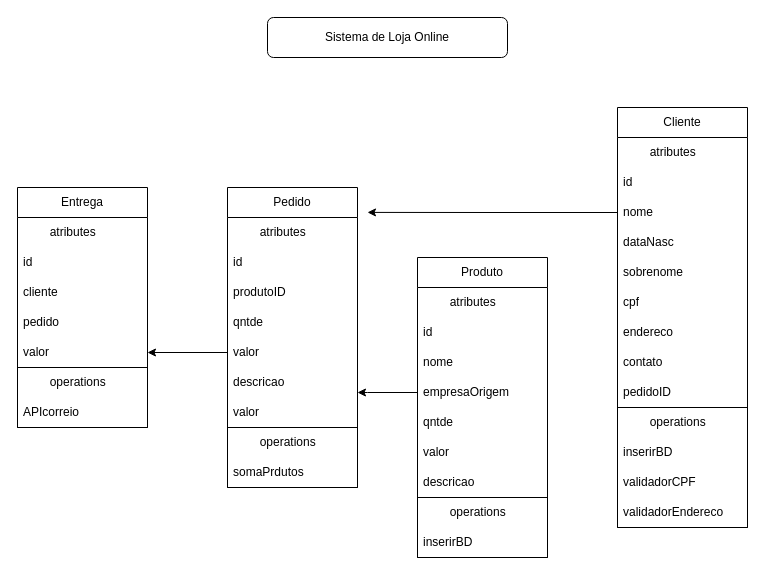
Before: exercicio02.drawio in evelynct/software-architecture, a draw.io diagram. Source tidied: cells renumbered, new cells numbered last; positions are measured from the earlier drawing's top-left corner, leaving out a move shared by most shapes. Both pictures are drawn from the tidied source at 100%, with x=0, y=0 at pixel (17, 17).
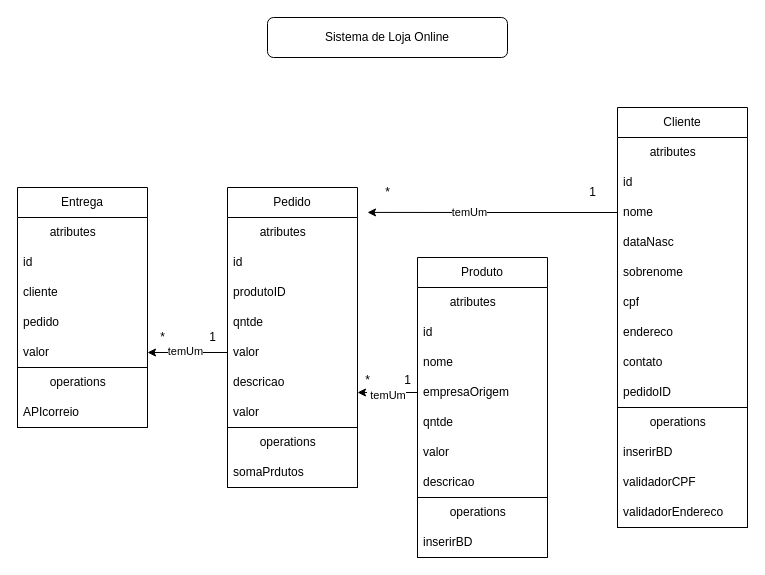
Above is the later version.

Unchanged cells that the change refers to:
```xml
<mxCell id="6" style="edgeStyle=orthogonalEdgeStyle;rounded=0;jettySize=auto;html=1;exitX=0;exitY=0.5;exitDx=0;exitDy=0;" parent="3" edge="1" source="7">
  <mxGeometry relative="1" as="geometry">
    <mxPoint x="-250" y="104.9" as="targetPoint" />
  </mxGeometry>
</mxCell>
<mxCell id="34" style="edgeStyle=orthogonalEdgeStyle;rounded=0;jettySize=auto;html=1;exitX=0;exitY=0.5;exitDx=0;exitDy=0;" parent="30" edge="1" source="35">
  <mxGeometry relative="1" as="geometry">
    <mxPoint x="-60" y="135" as="targetPoint" />
    <Array as="points">
      <mxPoint x="-50" y="135" />
      <mxPoint x="-50" y="135" />
    </Array>
  </mxGeometry>
</mxCell>
<mxCell id="51" style="edgeStyle=orthogonalEdgeStyle;rounded=0;jettySize=auto;html=1;exitX=0;exitY=0.5;exitDx=0;exitDy=0;entryX=1;entryY=0.5;entryDx=0;entryDy=0;" parent="1" edge="1" source="24" target="47">
  <mxGeometry relative="1" as="geometry" />
</mxCell>
```

Diff of the diagram source:
```diff
@@
+    <mxCell id="52" value="temUm" style="edgeLabel;html=1;align=center;verticalAlign=middle;" parent="6" vertex="1">
+      <mxGeometry x="0.19" y="-1" relative="1" as="geometry" />
+    </mxCell>
@@
+    <mxCell id="53" value="&amp;nbsp;temUm" style="edgeLabel;html=1;align=center;verticalAlign=middle;" parent="34" vertex="1">
+      <mxGeometry x="0.08" y="2" relative="1" as="geometry" />
+    </mxCell>
@@
+    <mxCell id="54" value="temUm" style="edgeLabel;html=1;align=center;verticalAlign=middle;" parent="51" vertex="1">
+      <mxGeometry x="0.08" y="-2" relative="1" as="geometry" />
+    </mxCell>
+    <mxCell id="55" value="*" style="text;html=1;align=center;verticalAlign=middle;strokeColor=none;fillColor=none;" parent="1" vertex="1">
+      <mxGeometry x="355" y="160" width="30" height="30" as="geometry" />
+    </mxCell>
+    <mxCell id="56" value="1" style="text;html=1;align=center;verticalAlign=middle;strokeColor=none;fillColor=none;" parent="1" vertex="1">
+      <mxGeometry x="560" y="160" width="30" height="30" as="geometry" />
+    </mxCell>
+    <mxCell id="57" value="1" style="text;html=1;align=center;verticalAlign=middle;strokeColor=none;fillColor=none;" parent="1" vertex="1">
+      <mxGeometry x="375" y="348" width="30" height="30" as="geometry" />
+    </mxCell>
+    <mxCell id="58" value="*" style="text;html=1;align=center;verticalAlign=middle;strokeColor=none;fillColor=none;" parent="1" vertex="1">
+      <mxGeometry x="335" y="348" width="30" height="30" as="geometry" />
+    </mxCell>
+    <mxCell id="59" value="1" style="text;html=1;align=center;verticalAlign=middle;strokeColor=none;fillColor=none;" parent="1" vertex="1">
+      <mxGeometry x="180" y="305" width="30" height="30" as="geometry" />
+    </mxCell>
+    <mxCell id="60" value="*" style="text;html=1;align=center;verticalAlign=middle;strokeColor=none;fillColor=none;" parent="1" vertex="1">
+      <mxGeometry x="130" y="305" width="30" height="30" as="geometry" />
+    </mxCell>
```
